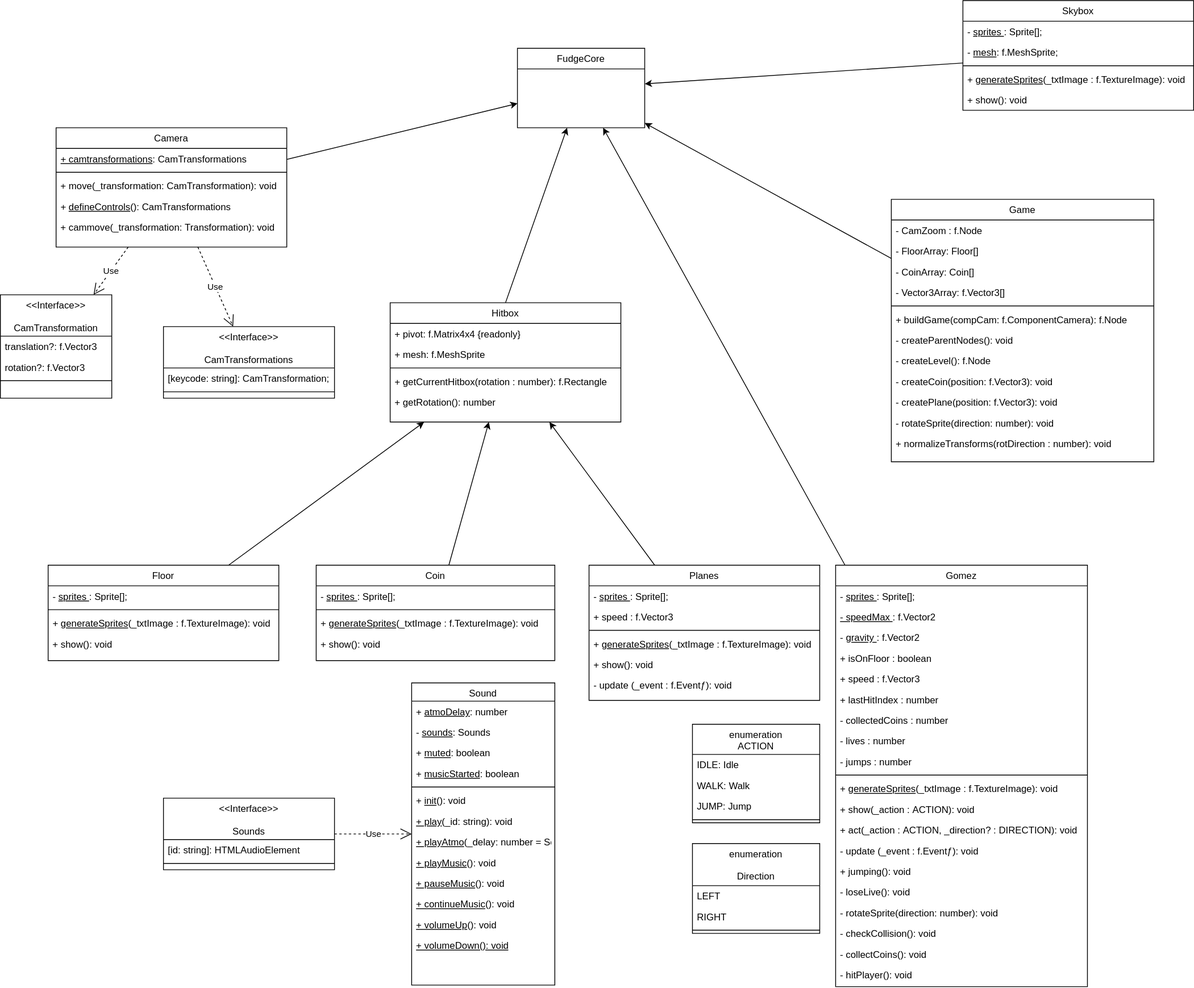
MarKs1991/Prima-Abschlussarbeit keeps this draw.io diagram as Skyward/Documentation/Klassendiagramm.svg. Above is the earlier version. Source tidied: cells renumbered, new cells last; positions are measured from the earlier drawing's top-left corner, leaving out a move shared by most shapes.
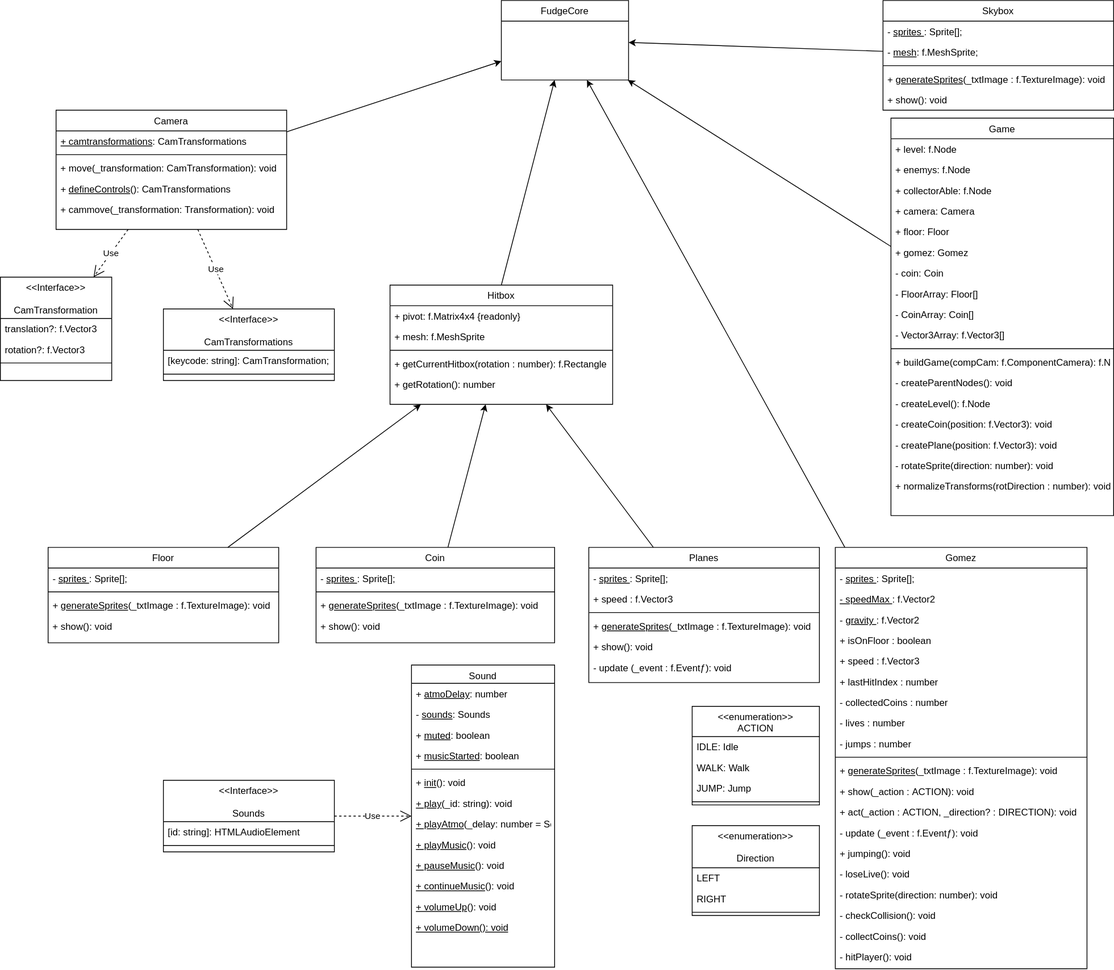
The same diagram one commit later.

The edit, as a diff of the source:
```diff
@@ -3,7 +3,7 @@
     <mxCell id="0" />
     <mxCell id="1" parent="0" />
     <mxCell id="2" value="FudgeCore" style="swimlane;fontStyle=0;align=center;verticalAlign=top;horizontal=1;startSize=26;rounded=0;shadow=0;strokeWidth=1;" parent="1" vertex="1">
-      <mxGeometry x="650" y="60" width="160" height="100" as="geometry" />
+      <mxGeometry x="630" y="22" width="160" height="100" as="geometry" />
     </mxCell>
     <mxCell id="3" value="Floor" style="swimlane;fontStyle=0;align=center;verticalAlign=top;horizontal=1;startSize=26;rounded=0;shadow=0;strokeWidth=1;" parent="1" vertex="1">
       <mxGeometry x="60" y="710" width="290" height="120" as="geometry" />
@@ -120,22 +120,22 @@
       <mxGeometry y="138" width="290" height="26" as="geometry" />
     </mxCell>
     <mxCell id="41" value="Hitbox" style="swimlane;fontStyle=0;align=center;verticalAlign=top;horizontal=1;startSize=26;rounded=0;shadow=0;strokeWidth=1;" parent="1" vertex="1">
-      <mxGeometry x="490" y="380" width="290" height="150" as="geometry" />
+      <mxGeometry x="490" y="380" width="280" height="150" as="geometry" />
     </mxCell>
     <mxCell id="42" value="+ pivot: f.Matrix4x4 {readonly}" style="text;align=left;verticalAlign=top;spacingLeft=4;spacingRight=4;overflow=hidden;html=1;fontStyle=0;" parent="41" vertex="1">
-      <mxGeometry y="26" width="290" height="26" as="geometry" />
+      <mxGeometry y="26" width="280" height="26" as="geometry" />
     </mxCell>
     <mxCell id="43" value="+ mesh: f.MeshSprite" style="text;align=left;verticalAlign=top;spacingLeft=4;spacingRight=4;overflow=hidden;rounded=0;shadow=0;html=0;" parent="41" vertex="1">
-      <mxGeometry y="52" width="290" height="26" as="geometry" />
+      <mxGeometry y="52" width="280" height="26" as="geometry" />
     </mxCell>
     <mxCell id="44" style="line;html=1;strokeWidth=1;align=left;verticalAlign=middle;spacingTop=-1;spacingLeft=3;spacingRight=3;labelPosition=right;" parent="41" vertex="1">
-      <mxGeometry y="78" width="290" height="8" as="geometry" />
+      <mxGeometry y="78" width="280" height="8" as="geometry" />
     </mxCell>
     <mxCell id="45" value="+ getCurrentHitbox(rotation : number): f.Rectangle" style="text;align=left;verticalAlign=top;spacingLeft=4;spacingRight=4;overflow=hidden;" parent="41" vertex="1">
-      <mxGeometry y="86" width="290" height="26" as="geometry" />
+      <mxGeometry y="86" width="280" height="26" as="geometry" />
     </mxCell>
     <mxCell id="46" value="+ getRotation(): number" style="text;align=left;verticalAlign=top;spacingLeft=4;spacingRight=4;overflow=hidden;" parent="41" vertex="1">
-      <mxGeometry y="112" width="290" height="26" as="geometry" />
+      <mxGeometry y="112" width="280" height="26" as="geometry" />
     </mxCell>
     <mxCell id="47" style="endArrow=classic;html=1;" parent="1" edge="1" source="3" target="41">
       <mxGeometry relative="1" as="geometry" />
@@ -195,7 +195,7 @@
       <mxGeometry relative="1" as="geometry" />
     </mxCell>
     <mxCell id="66" value="Skybox" style="swimlane;fontStyle=0;align=center;verticalAlign=top;horizontal=1;startSize=26;rounded=0;shadow=0;strokeWidth=1;" parent="1" vertex="1">
-      <mxGeometry x="1210" width="290" height="138" as="geometry" />
+      <mxGeometry x="1110" y="22" width="290" height="138" as="geometry" />
     </mxCell>
     <mxCell id="67" value="- &lt;u&gt;sprites&amp;nbsp;&lt;/u&gt;:&amp;nbsp;Sprite[];" style="text;align=left;verticalAlign=top;spacingLeft=4;spacingRight=4;overflow=hidden;html=1;fontStyle=0;" parent="66" vertex="1">
       <mxGeometry y="26" width="290" height="26" as="geometry" />
@@ -257,7 +257,7 @@
     <mxCell id="86" value="Use" style="endArrow=open;endSize=12;dashed=1;html=1;" parent="1" edge="1" source="72" target="82">
       <mxGeometry relative="1" as="geometry" />
     </mxCell>
-    <mxCell id="87" value="enumeration&#10;&#10;Direction" style="swimlane;fontStyle=0;align=center;verticalAlign=top;horizontal=1;startSize=53;rounded=0;shadow=0;strokeWidth=1;" parent="1" vertex="1">
+    <mxCell id="87" value="&lt;&lt;enumeration&gt;&gt;&#10;&#10;Direction" style="swimlane;fontStyle=0;align=center;verticalAlign=top;horizontal=1;startSize=53;rounded=0;shadow=0;strokeWidth=1;" parent="1" vertex="1">
       <mxGeometry x="870" y="1060" width="160" height="113" as="geometry" />
     </mxCell>
     <mxCell id="88" value="LEFT&#10;&#10;&#10;&#10;" style="text;align=left;verticalAlign=top;spacingLeft=4;spacingRight=4;overflow=hidden;" parent="87" vertex="1">
@@ -269,7 +269,7 @@
     <mxCell id="90" style="line;html=1;strokeWidth=1;align=left;verticalAlign=middle;spacingTop=-1;spacingLeft=3;spacingRight=3;labelPosition=right;" parent="87" vertex="1">
       <mxGeometry y="105" width="160" height="8" as="geometry" />
     </mxCell>
-    <mxCell id="91" value="enumeration&#10;ACTION&#10;" style="swimlane;fontStyle=0;align=center;verticalAlign=top;horizontal=1;startSize=38;rounded=0;shadow=0;strokeWidth=1;" parent="1" vertex="1">
+    <mxCell id="91" value="&lt;&lt;enumeration&gt;&gt;&#10;ACTION&#10;" style="swimlane;fontStyle=0;align=center;verticalAlign=top;horizontal=1;startSize=38;rounded=0;shadow=0;strokeWidth=1;" parent="1" vertex="1">
       <mxGeometry x="870" y="910" width="160" height="124" as="geometry" />
     </mxCell>
     <mxCell id="92" value="IDLE: Idle" style="text;align=left;verticalAlign=top;spacingLeft=4;spacingRight=4;overflow=hidden;" parent="91" vertex="1">
@@ -288,43 +288,61 @@
       <mxGeometry relative="1" as="geometry" />
     </mxCell>
     <mxCell id="97" value="Game" style="swimlane;fontStyle=0;align=center;verticalAlign=top;horizontal=1;startSize=26;rounded=0;shadow=0;strokeWidth=1;" parent="1" vertex="1">
-      <mxGeometry x="1120" y="250" width="330" height="330" as="geometry" />
+      <mxGeometry x="1120" y="170" width="280" height="500" as="geometry" />
     </mxCell>
+    <mxCell id="116" value="+ level: f.Node" style="text;align=left;verticalAlign=top;spacingLeft=4;spacingRight=4;overflow=hidden;rounded=0;shadow=0;html=0;" parent="97" vertex="1">
+      <mxGeometry y="26" width="280" height="26" as="geometry" />
+    </mxCell>
+    <mxCell id="117" value="+ enemys: f.Node" style="text;align=left;verticalAlign=top;spacingLeft=4;spacingRight=4;overflow=hidden;rounded=0;shadow=0;html=0;" parent="97" vertex="1">
+      <mxGeometry y="52" width="280" height="26" as="geometry" />
+    </mxCell>
+    <mxCell id="118" value="+ collectorAble: f.Node" style="text;align=left;verticalAlign=top;spacingLeft=4;spacingRight=4;overflow=hidden;rounded=0;shadow=0;html=0;" parent="97" vertex="1">
+      <mxGeometry y="78" width="280" height="26" as="geometry" />
+    </mxCell>
+    <mxCell id="119" value="+ camera: Camera" style="text;align=left;verticalAlign=top;spacingLeft=4;spacingRight=4;overflow=hidden;rounded=0;shadow=0;html=0;" parent="97" vertex="1">
+      <mxGeometry y="104" width="280" height="26" as="geometry" />
+    </mxCell>
-    <mxCell id="98" value="- CamZoom : f.Node" style="text;align=left;verticalAlign=top;spacingLeft=4;spacingRight=4;overflow=hidden;rounded=0;shadow=0;html=0;" parent="97" vertex="1">
-      <mxGeometry y="26" width="330" height="26" as="geometry" />
+    <mxCell id="98" value="+ floor: Floor" style="text;align=left;verticalAlign=top;spacingLeft=4;spacingRight=4;overflow=hidden;rounded=0;shadow=0;html=0;" parent="97" vertex="1">
+      <mxGeometry y="130" width="280" height="26" as="geometry" />
     </mxCell>
+    <mxCell id="120" value="+ gomez: Gomez" style="text;align=left;verticalAlign=top;spacingLeft=4;spacingRight=4;overflow=hidden;rounded=0;shadow=0;html=0;" parent="97" vertex="1">
+      <mxGeometry y="156" width="280" height="26" as="geometry" />
+    </mxCell>
+    <mxCell id="121" value="- coin: Coin" style="text;align=left;verticalAlign=top;spacingLeft=4;spacingRight=4;overflow=hidden;rounded=0;shadow=0;html=0;" parent="97" vertex="1">
+      <mxGeometry y="182" width="280" height="26" as="geometry" />
+    </mxCell>
     <mxCell id="99" value="- FloorArray: Floor[]" style="text;align=left;verticalAlign=top;spacingLeft=4;spacingRight=4;overflow=hidden;rounded=0;shadow=0;html=0;" parent="97" vertex="1">
-      <mxGeometry y="52" width="330" height="26" as="geometry" />
+      <mxGeometry y="208" width="280" height="26" as="geometry" />
     </mxCell>
     <mxCell id="100" value="- CoinArray: Coin[]" style="text;align=left;verticalAlign=top;spacingLeft=4;spacingRight=4;overflow=hidden;" parent="97" vertex="1">
-      <mxGeometry y="78" width="330" height="26" as="geometry" />
+      <mxGeometry y="234" width="280" height="26" as="geometry" />
     </mxCell>
     <mxCell id="101" value="- Vector3Array: f.Vector3[]" style="text;align=left;verticalAlign=top;spacingLeft=4;spacingRight=4;overflow=hidden;" parent="97" vertex="1">
-      <mxGeometry y="104" width="330" height="26" as="geometry" />
+      <mxGeometry y="260" width="280" height="26" as="geometry" />
     </mxCell>
     <mxCell id="102" style="line;html=1;strokeWidth=1;align=left;verticalAlign=middle;spacingTop=-1;spacingLeft=3;spacingRight=3;labelPosition=right;" parent="97" vertex="1">
-      <mxGeometry y="130" width="330" height="8" as="geometry" />
+      <mxGeometry y="286" width="280" height="8" as="geometry" />
     </mxCell>
     <mxCell id="103" value="+ buildGame(compCam: f.ComponentCamera): f.Node" style="text;align=left;verticalAlign=top;spacingLeft=4;spacingRight=4;overflow=hidden;" parent="97" vertex="1">
-      <mxGeometry y="138" width="330" height="26" as="geometry" />
+      <mxGeometry y="294" width="280" height="26" as="geometry" />
     </mxCell>
     <mxCell id="104" value="- createParentNodes(): void" style="text;align=left;verticalAlign=top;spacingLeft=4;spacingRight=4;overflow=hidden;" parent="97" vertex="1">
-      <mxGeometry y="164" width="330" height="26" as="geometry" />
+      <mxGeometry y="320" width="280" height="26" as="geometry" />
     </mxCell>
     <mxCell id="105" value="- createLevel(): f.Node&#10;" style="text;align=left;verticalAlign=top;spacingLeft=4;spacingRight=4;overflow=hidden;" parent="97" vertex="1">
-      <mxGeometry y="190" width="330" height="26" as="geometry" />
+      <mxGeometry y="346" width="280" height="26" as="geometry" />
     </mxCell>
     <mxCell id="106" value="- createCoin(position: f.Vector3): void" style="text;align=left;verticalAlign=top;spacingLeft=4;spacingRight=4;overflow=hidden;" parent="97" vertex="1">
-      <mxGeometry y="216" width="330" height="26" as="geometry" />
+      <mxGeometry y="372" width="280" height="26" as="geometry" />
     </mxCell>
     <mxCell id="107" value="- createPlane(position: f.Vector3): void" style="text;align=left;verticalAlign=top;spacingLeft=4;spacingRight=4;overflow=hidden;" parent="97" vertex="1">
-      <mxGeometry y="242" width="330" height="26" as="geometry" />
+      <mxGeometry y="398" width="280" height="26" as="geometry" />
     </mxCell>
     <mxCell id="108" value="- rotateSprite(direction: number): void" style="text;align=left;verticalAlign=top;spacingLeft=4;spacingRight=4;overflow=hidden;" parent="97" vertex="1">
-      <mxGeometry y="268" width="330" height="26" as="geometry" />
+      <mxGeometry y="424" width="280" height="26" as="geometry" />
     </mxCell>
     <mxCell id="109" value="+ normalizeTransforms(rotDirection : number): void" style="text;align=left;verticalAlign=top;spacingLeft=4;spacingRight=4;overflow=hidden;" parent="97" vertex="1">
-      <mxGeometry y="294" width="330" height="26" as="geometry" />
+      <mxGeometry y="450" width="280" height="26" as="geometry" />
     </mxCell>
     <mxCell id="110" style="endArrow=classic;html=1;" parent="1" edge="1" source="97" target="2">
       <mxGeometry relative="1" as="geometry" />
```
